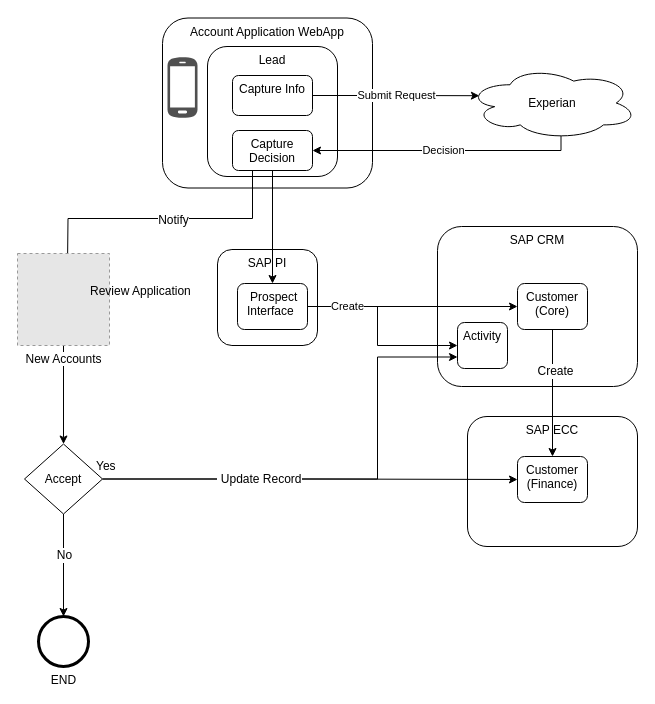
mrf742002/Diagrams keeps this draw.io diagram as page "Reject/Refer" (2 of 2) of Account Application.drawio. Above is the earlier version. Source tidied: cells renumbered, new cells numbered last; positions are measured from the earlier drawing's top-left corner, leaving out a move shared by most shapes. Both pictures are drawn from the tidied source at 100%, with x=0, y=0 at pixel (17, 18). Pictures stored in the file or linked from it are replaced by grey dashed boxes.
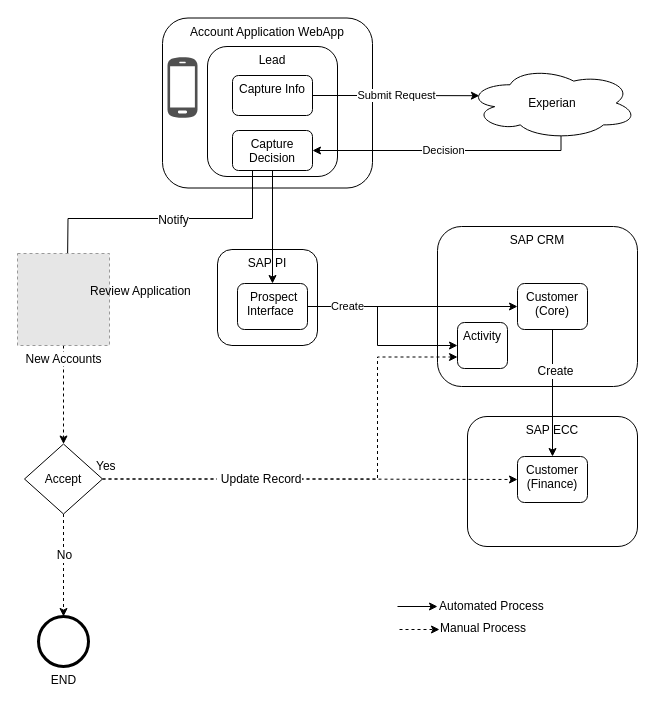
Above is the later version.

The change refers to these unchanged cells:
```xml
<mxCell id="18" value="Customer&lt;br&gt;(Finance)" style="rounded=1;whiteSpace=wrap;html=1;verticalAlign=top;" parent="1" vertex="1">
  <mxGeometry x="500" y="438" width="70" height="46" as="geometry" />
</mxCell>
<mxCell id="24" value="New Accounts" style="fillColor=#E6E6E6;strokeColor=#999999;dashed=1;html=1;verticalAlign=top;verticalLabelPosition=bottom;labelBackgroundColor=#ffffff;" parent="1" vertex="1">
  <mxGeometry y="235" width="92" height="92" as="geometry" />
</mxCell>
<mxCell id="29" value="Accept" style="rhombus;whiteSpace=wrap;html=1;" parent="1" vertex="1">
  <mxGeometry x="7" y="425.5" width="78" height="70" as="geometry" />
</mxCell>
<mxCell id="30" value="END" style="shape=mxgraph.bpmn.shape;html=1;verticalLabelPosition=bottom;labelBackgroundColor=#ffffff;verticalAlign=top;align=center;perimeter=ellipsePerimeter;outlineConnect=0;outline=end;symbol=general;" parent="1" vertex="1">
  <mxGeometry x="21" y="598" width="50" height="50" as="geometry" />
</mxCell>
<mxCell id="32" value="Activity" style="rounded=1;whiteSpace=wrap;html=1;verticalAlign=top;" parent="1" vertex="1">
  <mxGeometry x="440" y="304" width="50" height="46" as="geometry" />
</mxCell>
```

Diff of the diagram source:
```diff
@@
-    <mxCell id="3" style="edgeStyle=orthogonalEdgeStyle;rounded=0;jettySize=auto;html=1;exitX=1;exitY=0.5;exitDx=0;exitDy=0;entryX=0;entryY=0.75;entryDx=0;entryDy=0;" parent="1" edge="1" source="29" target="32">
+    <mxCell id="3" style="edgeStyle=orthogonalEdgeStyle;rounded=0;jettySize=auto;html=1;exitX=1;exitY=0.5;exitDx=0;exitDy=0;entryX=0;entryY=0.75;entryDx=0;entryDy=0;dashed=1;" parent="1" edge="1" source="29" target="32">
       <mxGeometry relative="1" as="geometry">
         <Array as="points">
           <mxPoint x="360" y="461" />
           <mxPoint x="360" y="339" />
         </Array>
       </mxGeometry>
     </mxCell>
@@
-    <mxCell id="23" style="edgeStyle=orthogonalEdgeStyle;rounded=0;jettySize=auto;html=1;exitX=0.5;exitY=1;exitDx=0;exitDy=0;" parent="1" edge="1" source="24" target="29">
+    <mxCell id="23" style="edgeStyle=orthogonalEdgeStyle;rounded=0;jettySize=auto;html=1;exitX=0.5;exitY=1;exitDx=0;exitDy=0;dashed=1;" parent="1" edge="1" source="24" target="29">
       <mxGeometry relative="1" as="geometry" />
     </mxCell>
@@
-    <mxCell id="25" style="edgeStyle=orthogonalEdgeStyle;rounded=0;jettySize=auto;html=1;exitX=1;exitY=0.5;exitDx=0;exitDy=0;entryX=0;entryY=0.5;entryDx=0;entryDy=0;" parent="1" edge="1" source="29" target="18">
+    <mxCell id="25" style="edgeStyle=orthogonalEdgeStyle;rounded=0;jettySize=auto;html=1;exitX=1;exitY=0.5;exitDx=0;exitDy=0;entryX=0;entryY=0.5;entryDx=0;entryDy=0;dashed=1;" parent="1" edge="1" source="29" target="18">
       <mxGeometry relative="1" as="geometry" />
     </mxCell>
@@
-    <mxCell id="27" style="edgeStyle=orthogonalEdgeStyle;rounded=0;jettySize=auto;html=1;exitX=0.5;exitY=1;exitDx=0;exitDy=0;" parent="1" edge="1" source="29" target="30">
+    <mxCell id="27" style="edgeStyle=orthogonalEdgeStyle;rounded=0;jettySize=auto;html=1;exitX=0.5;exitY=1;exitDx=0;exitDy=0;dashed=1;" parent="1" edge="1" source="29" target="30">
       <mxGeometry relative="1" as="geometry" />
     </mxCell>
@@
+    <mxCell id="35" style="group;" parent="1" vertex="1">
+      <mxGeometry x="380" y="578" width="160" height="42" as="geometry" />
+    </mxCell>
+    <mxCell id="36" style="edgeStyle=orthogonalEdgeStyle;rounded=0;orthogonalLoop=1;jettySize=auto;html=1;" parent="35" edge="1">
+      <mxGeometry relative="1" as="geometry">
+        <mxPoint y="10" as="sourcePoint" />
+        <mxPoint x="40" y="10" as="targetPoint" />
+        <Array as="points">
+          <mxPoint y="10" />
+          <mxPoint y="10" />
+        </Array>
+      </mxGeometry>
+    </mxCell>
+    <mxCell id="37" style="edgeStyle=orthogonalEdgeStyle;rounded=0;orthogonalLoop=1;jettySize=auto;html=1;dashed=1;" parent="35" edge="1">
+      <mxGeometry relative="1" as="geometry">
+        <mxPoint x="2" y="33" as="sourcePoint" />
+        <mxPoint x="42" y="33" as="targetPoint" />
+        <Array as="points">
+          <mxPoint x="2" y="33" />
+          <mxPoint x="2" y="33" />
+        </Array>
+      </mxGeometry>
+    </mxCell>
+    <mxCell id="38" value="Automated Process" style="text;html=1;align=left;verticalAlign=top;spacingTop=-4;" parent="35" vertex="1">
+      <mxGeometry x="40" width="120" height="20" as="geometry" />
+    </mxCell>
+    <mxCell id="39" value="Manual Process" style="text;html=1;align=left;verticalAlign=top;spacingTop=-4;" parent="35" vertex="1">
+      <mxGeometry x="41" y="22" width="100" height="20" as="geometry" />
+    </mxCell>
```
